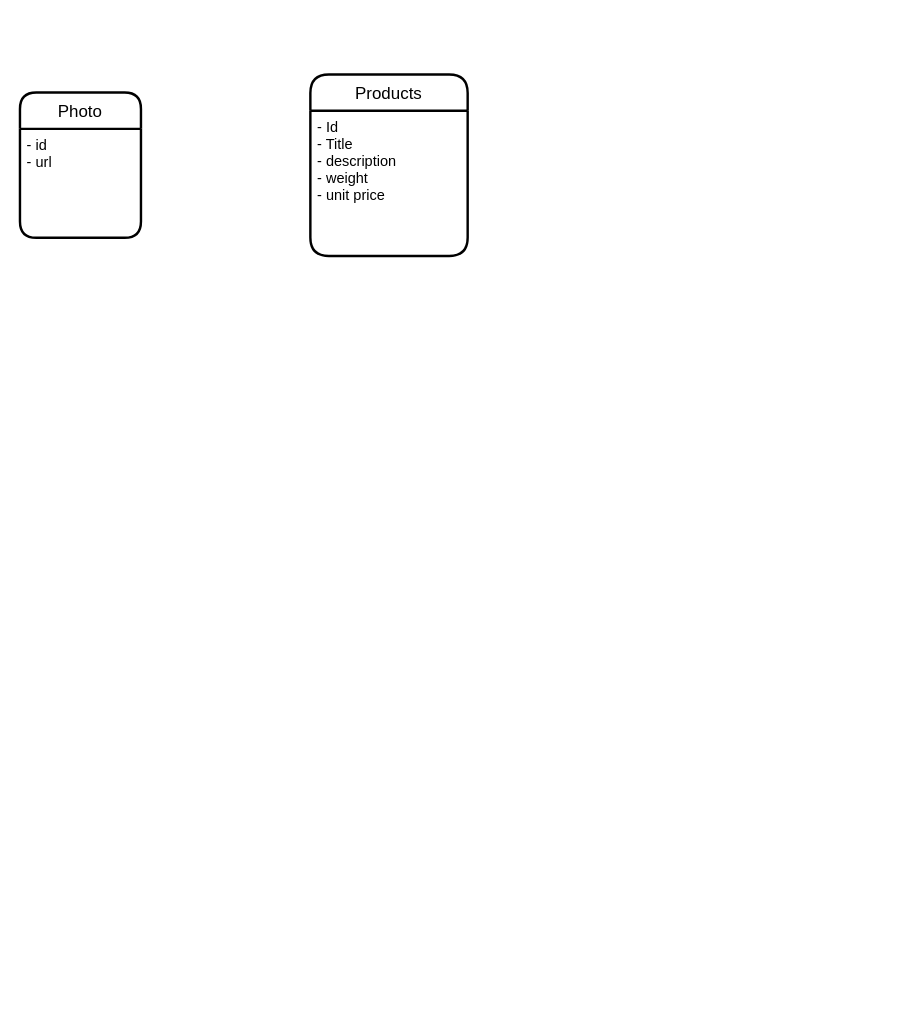
Before: Chicken-run.drawio in Lecogoni/eshop-rotisserie_broches_dorees, a draw.io diagram. Source tidied: cells renumbered, new cells numbered last; positions are measured from the earlier drawing's top-left corner, leaving out a move shared by most shapes. Both pictures are drawn from the tidied source at 121%, with x=0, y=0 at pixel (19, 74).
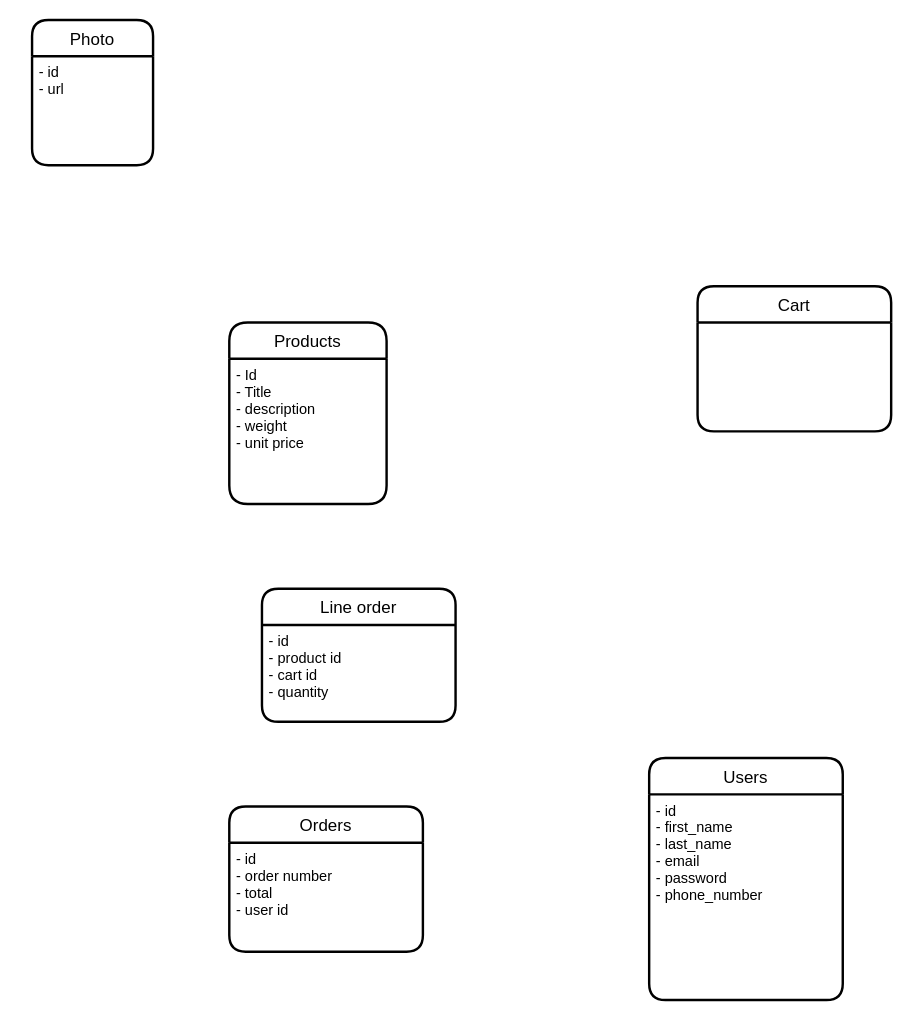
The same page after the edit.

Change to the diagram source:
```diff
@@
 <mxGraphModel>
   <root>
     <mxCell id="0" />
     <mxCell id="1" parent="0" />
     <mxCell id="2" value="Products" style="swimlane;horizontal=1;startSize=30;rounded=1;fontSize=14;fontStyle=0;strokeWidth=2;shadow=0;dashed=0;align=center;rotation=0;arcSize=17;" parent="1" vertex="1">
-      <mxGeometry x="240" width="130" height="150" as="geometry" />
+      <mxGeometry x="173" y="205" width="130" height="150" as="geometry" />
     </mxCell>
     <mxCell id="3" value="- Id&#10;- Title&#10;- description&#10;- weight&#10;- unit price" style="align=left;strokeColor=none;fillColor=none;spacingLeft=4;fontSize=12;verticalAlign=top;rotation=0;" parent="2" vertex="1">
       <mxGeometry y="30" width="130" height="120" as="geometry" />
     </mxCell>
     <mxCell id="4" value="Photo" style="swimlane;horizontal=1;startSize=30;rounded=1;fontSize=14;fontStyle=0;strokeWidth=2;shadow=0;dashed=0;align=center;" parent="1" vertex="1">
-      <mxGeometry y="15" width="100" height="120" as="geometry" />
+      <mxGeometry x="10" y="-45" width="100" height="120" as="geometry" />
     </mxCell>
     <mxCell id="5" value="- id&#10;- url" style="align=left;strokeColor=none;fillColor=none;spacingLeft=4;fontSize=12;verticalAlign=top;" parent="4" vertex="1">
       <mxGeometry y="30" width="100" height="90" as="geometry" />
     </mxCell>
+    <mxCell id="6" value="Cart" style="swimlane;horizontal=1;startSize=30;rounded=1;fontSize=14;fontStyle=0;strokeWidth=2;shadow=0;dashed=0;align=center;" parent="1" vertex="1">
+      <mxGeometry x="560" y="175" width="160" height="120" as="geometry" />
+    </mxCell>
+    <mxCell id="7" value="Orders" style="swimlane;horizontal=1;startSize=30;rounded=1;fontSize=14;fontStyle=0;strokeWidth=2;shadow=0;dashed=0;align=center;" parent="1" vertex="1">
+      <mxGeometry x="173" y="605" width="160" height="120" as="geometry" />
+    </mxCell>
+    <mxCell id="8" value="- id &#10;- order number&#10;- total&#10;- user id" style="align=left;strokeColor=none;fillColor=none;spacingLeft=4;fontSize=12;verticalAlign=top;" parent="7" vertex="1">
+      <mxGeometry y="30" width="160" height="90" as="geometry" />
+    </mxCell>
+    <mxCell id="9" value="Line order" style="swimlane;horizontal=1;startSize=30;rounded=1;fontSize=14;fontStyle=0;strokeWidth=2;shadow=0;dashed=0;align=center;" parent="1" vertex="1">
+      <mxGeometry x="200" y="425" width="160" height="110" as="geometry" />
+    </mxCell>
+    <mxCell id="10" value="- id&#10;- product id&#10;- cart id&#10;- quantity" style="align=left;strokeColor=none;fillColor=none;spacingLeft=4;fontSize=12;verticalAlign=top;" parent="9" vertex="1">
+      <mxGeometry y="30" width="160" height="80" as="geometry" />
+    </mxCell>
+    <mxCell id="11" value="Users" style="swimlane;horizontal=1;startSize=30;rounded=1;fontSize=14;fontStyle=0;strokeWidth=2;shadow=0;dashed=0;align=center;" parent="1" vertex="1">
+      <mxGeometry x="520" y="565" width="160" height="200" as="geometry" />
+    </mxCell>
+    <mxCell id="12" value="- id &#10;- first_name&#10;- last_name&#10;- email&#10;- password&#10;- phone_number" style="align=left;strokeColor=none;fillColor=none;spacingLeft=4;fontSize=12;verticalAlign=top;" parent="11" vertex="1">
+      <mxGeometry y="30" width="160" height="170" as="geometry" />
+    </mxCell>
   </root>
 </mxGraphModel>
```
